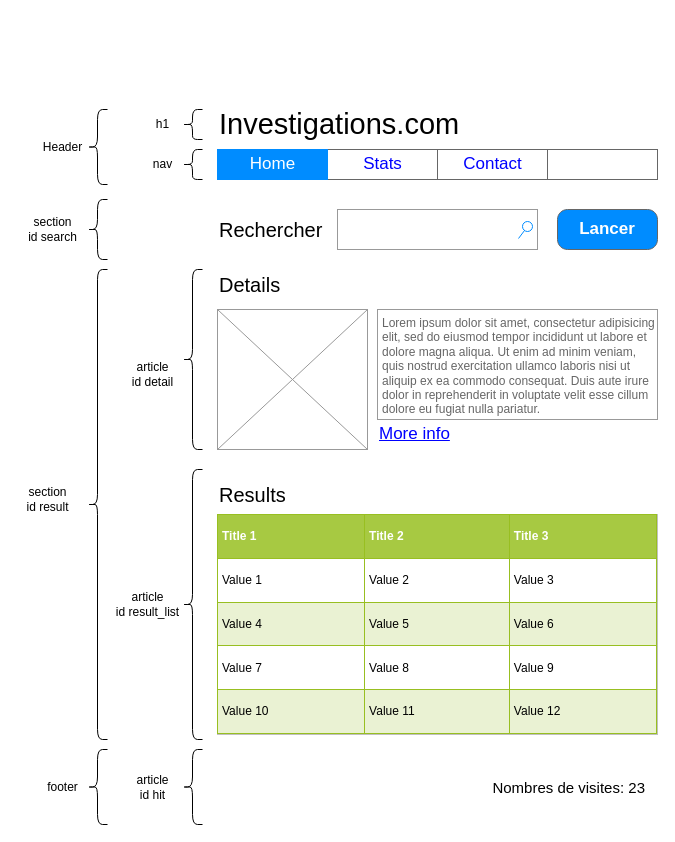
Earlier version of the draw.io diagram docs/sources/mockup.drawio (cyanel-it/tp-webdev-front). Source tidied: cells renumbered, new cells numbered last; positions are measured from the earlier drawing's top-left corner, leaving out a move shared by most shapes. Both pictures are drawn from the tidied source at 100%, with x=0, y=0 at pixel (17, 109).
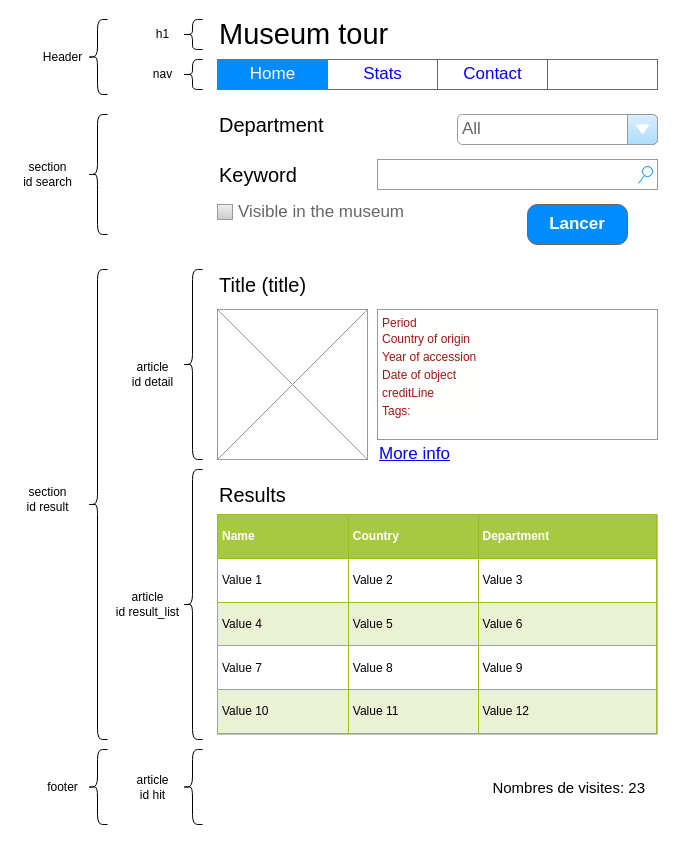
The same page after the edit.

The edit, as a diff of the source:
```diff
@@
     <mxCell id="2" style="strokeWidth=1;shadow=0;dashed=0;align=center;html=1;shape=mxgraph.mockup.forms.searchBox;strokeColor=#999999;mainText=;strokeColor2=#008cff;fontColor=#666666;fontSize=17;align=left;spacingLeft=3;" parent="1" vertex="1">
-      <mxGeometry x="320" y="100" width="200" height="40" as="geometry" />
+      <mxGeometry x="360" y="50" width="280" height="30" as="geometry" />
     </mxCell>
-    <mxCell id="3" value="&lt;table border=&quot;1&quot; width=&quot;100%&quot; height=&quot;100%&quot; cellpadding=&quot;4&quot; style=&quot;width:100%;height:100%;border-collapse:collapse;&quot;&gt;&lt;tr style=&quot;background-color:#A7C942;color:#ffffff;border:1px solid #98bf21;&quot;&gt;&lt;th align=&quot;left&quot;&gt;Title 1&lt;/th&gt;&lt;th align=&quot;left&quot;&gt;Title 2&lt;/th&gt;&lt;th align=&quot;left&quot;&gt;Title 3&lt;/th&gt;&lt;/tr&gt;&lt;tr style=&quot;border:1px solid #98bf21;&quot;&gt;&lt;td&gt;Value 1&lt;/td&gt;&lt;td&gt;Value 2&lt;/td&gt;&lt;td&gt;Value 3&lt;/td&gt;&lt;/tr&gt;&lt;tr style=&quot;background-color:#EAF2D3;border:1px solid #98bf21;&quot;&gt;&lt;td&gt;Value 4&lt;/td&gt;&lt;td&gt;Value 5&lt;/td&gt;&lt;td&gt;Value 6&lt;/td&gt;&lt;/tr&gt;&lt;tr style=&quot;border:1px solid #98bf21;&quot;&gt;&lt;td&gt;Value 7&lt;/td&gt;&lt;td&gt;Value 8&lt;/td&gt;&lt;td&gt;Value 9&lt;/td&gt;&lt;/tr&gt;&lt;tr style=&quot;background-color:#EAF2D3;border:1px solid #98bf21;&quot;&gt;&lt;td&gt;Value 10&lt;/td&gt;&lt;td&gt;Value 11&lt;/td&gt;&lt;td&gt;Value 12&lt;/td&gt;&lt;/tr&gt;&lt;/table&gt;" style="text;html=1;strokeColor=#c0c0c0;fillColor=#ffffff;overflow=fill;rounded=0;" parent="1" vertex="1">
+    <mxCell id="3" value="&lt;table border=&quot;1&quot; width=&quot;100%&quot; cellpadding=&quot;4&quot; style=&quot;width: 100% ; height: 100% ; border-collapse: collapse&quot;&gt;&lt;tbody&gt;&lt;tr style=&quot;background-color: #a7c942 ; color: #ffffff ; border: 1px solid #98bf21&quot;&gt;&lt;th align=&quot;left&quot;&gt;Name&lt;/th&gt;&lt;th align=&quot;left&quot;&gt;Country&lt;/th&gt;&lt;th align=&quot;left&quot;&gt;Department&lt;/th&gt;&lt;/tr&gt;&lt;tr style=&quot;border: 1px solid #98bf21&quot;&gt;&lt;td&gt;Value 1&lt;/td&gt;&lt;td&gt;Value 2&lt;/td&gt;&lt;td&gt;Value 3&lt;/td&gt;&lt;/tr&gt;&lt;tr style=&quot;background-color: #eaf2d3 ; border: 1px solid #98bf21&quot;&gt;&lt;td&gt;Value 4&lt;/td&gt;&lt;td&gt;Value 5&lt;/td&gt;&lt;td&gt;Value 6&lt;/td&gt;&lt;/tr&gt;&lt;tr style=&quot;border: 1px solid #98bf21&quot;&gt;&lt;td&gt;Value 7&lt;/td&gt;&lt;td&gt;Value 8&lt;/td&gt;&lt;td&gt;Value 9&lt;/td&gt;&lt;/tr&gt;&lt;tr style=&quot;background-color: #eaf2d3 ; border: 1px solid #98bf21&quot;&gt;&lt;td&gt;Value 10&lt;/td&gt;&lt;td&gt;Value 11&lt;/td&gt;&lt;td&gt;Value 12&lt;/td&gt;&lt;/tr&gt;&lt;/tbody&gt;&lt;/table&gt;" style="text;html=1;strokeColor=#c0c0c0;fillColor=#ffffff;overflow=fill;rounded=0;" parent="1" vertex="1">
       <mxGeometry x="200" y="405" width="440" height="220" as="geometry" />
     </mxCell>
-    <mxCell id="4" value="Lorem ipsum dolor sit amet, consectetur adipisicing elit, sed do eiusmod tempor incididunt ut labore et dolore magna aliqua. Ut enim ad minim veniam, quis nostrud exercitation ullamco laboris nisi ut aliquip ex ea commodo consequat. Duis aute irure dolor in reprehenderit in voluptate velit esse cillum dolore eu fugiat nulla pariatur." style="strokeWidth=1;shadow=0;dashed=0;align=center;html=1;shape=mxgraph.mockup.forms.rrect;fillColor=#ffffff;rSize=0;fontColor=#666666;align=left;spacingLeft=3;strokeColor=#999999;verticalAlign=top;whiteSpace=wrap;" parent="1" vertex="1">
-      <mxGeometry x="360" y="200" width="280" height="110" as="geometry" />
+    <mxCell id="4" value="&lt;span style=&quot;color: rgb(163 , 21 , 21) ; background-color: rgb(255 , 255 , 254)&quot;&gt;Period&lt;/span&gt;&lt;br&gt;&lt;div style=&quot;background-color: rgb(255 , 255 , 254) ; line-height: 18px&quot;&gt;&lt;font color=&quot;#a31515&quot;&gt;Country of origin&lt;/font&gt;&lt;/div&gt;&lt;div style=&quot;color: rgb(0 , 0 , 0) ; background-color: rgb(255 , 255 , 254) ; line-height: 18px&quot;&gt;&lt;div style=&quot;line-height: 18px&quot;&gt;&lt;span style=&quot;color: #a31515&quot;&gt;Year of accession&amp;nbsp;&lt;/span&gt;&lt;/div&gt;&lt;div style=&quot;line-height: 18px&quot;&gt;&lt;span style=&quot;color: #a31515&quot;&gt;Date of object&lt;/span&gt;&lt;/div&gt;&lt;div style=&quot;line-height: 18px&quot;&gt;&lt;div style=&quot;line-height: 18px&quot;&gt;&lt;span style=&quot;color: #a31515&quot;&gt;creditLine&lt;/span&gt;&lt;/div&gt;&lt;div style=&quot;line-height: 18px&quot;&gt;&lt;span style=&quot;color: #a31515&quot;&gt;Tags:&amp;nbsp;&lt;/span&gt;&lt;/div&gt;&lt;/div&gt;&lt;/div&gt;" style="strokeWidth=1;shadow=0;dashed=0;align=center;html=1;shape=mxgraph.mockup.forms.rrect;fillColor=#ffffff;rSize=0;fontColor=#666666;align=left;spacingLeft=3;strokeColor=#999999;verticalAlign=top;whiteSpace=wrap;" parent="1" vertex="1">
+      <mxGeometry x="360" y="200" width="280" height="130" as="geometry" />
     </mxCell>
     <mxCell id="5" style="verticalLabelPosition=bottom;shadow=0;dashed=0;align=center;html=1;verticalAlign=top;strokeWidth=1;shape=mxgraph.mockup.graphics.simpleIcon;strokeColor=#999999;" parent="1" vertex="1">
-      <mxGeometry x="200" y="200" width="150" height="140" as="geometry" />
+      <mxGeometry x="200" y="200" width="150" height="150" as="geometry" />
     </mxCell>
     <mxCell id="6" style="shape=curlyBracket;whiteSpace=wrap;html=1;rounded=1;" parent="1" vertex="1">
-      <mxGeometry x="70" width="20" height="75" as="geometry" />
+      <mxGeometry x="70" y="-90" width="20" height="75" as="geometry" />
     </mxCell>
     <mxCell id="7" value="Header" style="text;html=1;align=center;verticalAlign=middle;strokeColor=none;fillColor=none;" parent="1" vertex="1">
-      <mxGeometry x="20" y="27.5" width="50" height="20" as="geometry" />
+      <mxGeometry x="20" y="-62.5" width="50" height="20" as="geometry" />
     </mxCell>
     <mxCell id="8" style="shape=curlyBracket;whiteSpace=wrap;html=1;rounded=1;" parent="1" vertex="1">
-      <mxGeometry x="70" y="90" width="20" height="60" as="geometry" />
+      <mxGeometry x="70" y="5" width="20" height="120" as="geometry" />
     </mxCell>
     <mxCell id="9" value="section&lt;br&gt;id search" style="text;html=1;align=center;verticalAlign=middle;strokeColor=none;fillColor=none;" parent="1" vertex="1">
-      <mxGeometry x="5" y="105" width="60" height="30" as="geometry" />
+      <mxGeometry y="50" width="60" height="30" as="geometry" />
     </mxCell>
     <mxCell id="10" style="shape=curlyBracket;whiteSpace=wrap;html=1;rounded=1;" parent="1" vertex="1">
-      <mxGeometry x="165" y="160" width="20" height="180" as="geometry" />
+      <mxGeometry x="165" y="160" width="20" height="190" as="geometry" />
     </mxCell>
@@
-    <mxCell id="12" value="Investigations.com" style="text;html=1;strokeColor=none;fillColor=none;align=left;verticalAlign=middle;whiteSpace=wrap;rounded=0;fontSize=29;" parent="1" vertex="1">
-      <mxGeometry x="200" width="440" height="30" as="geometry" />
+    <mxCell id="12" value="Museum tour" style="text;html=1;strokeColor=none;fillColor=none;align=left;verticalAlign=middle;whiteSpace=wrap;rounded=0;fontSize=29;" parent="1" vertex="1">
+      <mxGeometry x="200" y="-90" width="440" height="30" as="geometry" />
     </mxCell>
@@
     <mxCell id="15" style="shape=curlyBracket;whiteSpace=wrap;html=1;rounded=1;size=0.5;" parent="1" vertex="1">
-      <mxGeometry x="165" y="40" width="20" height="30" as="geometry" />
+      <mxGeometry x="165" y="-50" width="20" height="30" as="geometry" />
     </mxCell>
     <mxCell id="16" value="nav" style="text;html=1;align=center;verticalAlign=middle;strokeColor=none;fillColor=none;" parent="1" vertex="1">
-      <mxGeometry x="130" y="45" width="30" height="20" as="geometry" />
+      <mxGeometry x="130" y="-45" width="30" height="20" as="geometry" />
     </mxCell>
     <mxCell id="17" style="strokeWidth=1;shadow=0;dashed=0;align=center;html=1;shape=mxgraph.mockup.text.rrect;rSize=0;strokeColor=#666666;fontSize=29;" parent="1" vertex="1">
-      <mxGeometry x="200" y="40" width="440" height="30" as="geometry" />
+      <mxGeometry x="200" y="-50" width="440" height="30" as="geometry" />
     </mxCell>
@@
-    <mxCell id="24" value="Details" style="text;html=1;strokeColor=none;fillColor=none;align=left;verticalAlign=middle;whiteSpace=wrap;rounded=0;fontSize=20;" parent="1" vertex="1">
+    <mxCell id="24" value="Title (title)" style="text;html=1;strokeColor=none;fillColor=none;align=left;verticalAlign=middle;whiteSpace=wrap;rounded=0;fontSize=20;" parent="1" vertex="1">
       <mxGeometry x="200" y="160" width="440" height="30" as="geometry" />
     </mxCell>
-    <mxCell id="25" value="Rechercher" style="text;html=1;strokeColor=none;fillColor=none;align=left;verticalAlign=middle;whiteSpace=wrap;rounded=0;fontSize=20;" parent="1" vertex="1">
-      <mxGeometry x="200" y="105" width="200" height="30" as="geometry" />
+    <mxCell id="25" value="Keyword" style="text;html=1;strokeColor=none;fillColor=none;align=left;verticalAlign=middle;whiteSpace=wrap;rounded=0;fontSize=20;" parent="1" vertex="1">
+      <mxGeometry x="200" y="50" width="200" height="30" as="geometry" />
     </mxCell>
     <mxCell id="26" value="Lancer" style="strokeWidth=1;shadow=0;dashed=0;align=center;html=1;shape=mxgraph.mockup.buttons.button;strokeColor=#666666;fontColor=#ffffff;mainText=;buttonStyle=round;fontSize=17;fontStyle=1;fillColor=#008cff;whiteSpace=wrap;" parent="1" vertex="1">
-      <mxGeometry x="540" y="100" width="100" height="40" as="geometry" />
+      <mxGeometry x="510" y="95" width="100" height="40" as="geometry" />
     </mxCell>
@@
     <mxCell id="32" value="More info" style="shape=rectangle;strokeColor=none;fillColor=none;linkText=;fontSize=17;fontColor=#0000ff;fontStyle=4;html=1;align=left;" parent="1" vertex="1">
-      <mxGeometry x="360" y="310" width="280" height="30" as="geometry" />
+      <mxGeometry x="360" y="330" width="280" height="30" as="geometry" />
     </mxCell>
     <mxCell id="33" style="shape=curlyBracket;whiteSpace=wrap;html=1;rounded=1;size=0.5;" parent="1" vertex="1">
-      <mxGeometry x="165" width="20" height="30" as="geometry" />
+      <mxGeometry x="165" y="-90" width="20" height="30" as="geometry" />
     </mxCell>
     <mxCell id="34" value="h1" style="text;html=1;align=center;verticalAlign=middle;strokeColor=none;fillColor=none;" parent="1" vertex="1">
-      <mxGeometry x="130" y="5" width="30" height="20" as="geometry" />
+      <mxGeometry x="130" y="-85" width="30" height="20" as="geometry" />
     </mxCell>
+    <mxCell id="35" value="Department" style="text;html=1;strokeColor=none;fillColor=none;align=left;verticalAlign=middle;whiteSpace=wrap;rounded=0;fontSize=20;" parent="1" vertex="1">
+      <mxGeometry x="200" width="110" height="30" as="geometry" />
+    </mxCell>
+    <mxCell id="36" value="Visible in the museum" style="strokeWidth=1;shadow=0;dashed=0;align=center;html=1;shape=mxgraph.mockup.forms.rrect;rSize=0;fillColor=#eeeeee;strokeColor=#999999;gradientColor=#cccccc;align=left;spacingLeft=4;fontSize=17;fontColor=#666666;labelPosition=right;" parent="1" vertex="1">
+      <mxGeometry x="200" y="95" width="15" height="15" as="geometry" />
+    </mxCell>
+    <mxCell id="37" value="All" style="strokeWidth=1;shadow=0;dashed=0;align=center;html=1;shape=mxgraph.mockup.forms.comboBox;strokeColor=#999999;fillColor=#ddeeff;align=left;fillColor2=#aaddff;mainText=;fontColor=#666666;fontSize=17;spacingLeft=3;" parent="1" vertex="1">
+      <mxGeometry x="440" y="5" width="200" height="30" as="geometry" />
+    </mxCell>
```
